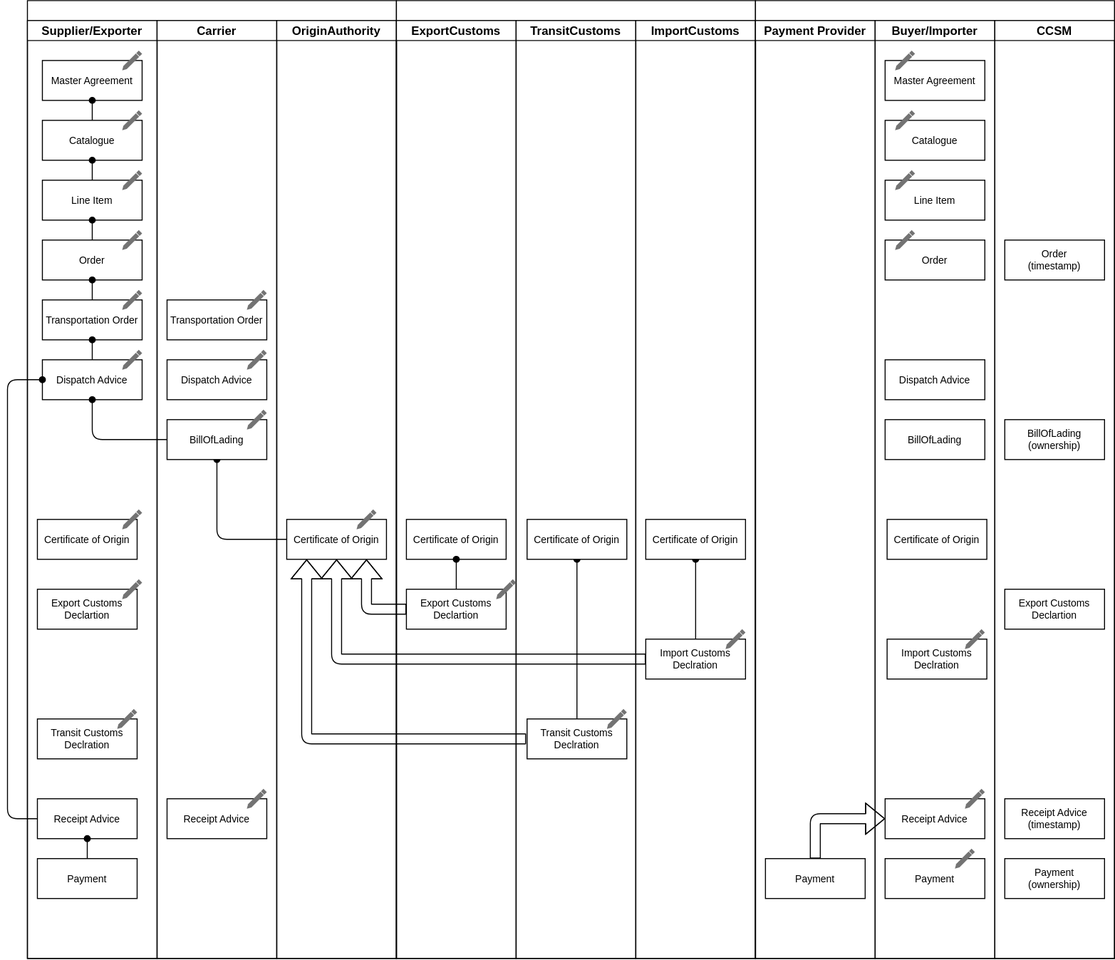
The draw.io diagram sequence.drawio.svg in mehranshakeri/BLIP1-diagrams, before a commit. Source tidied: cells renumbered, new cells last; positions are measured from the earlier drawing's top-left corner, leaving out a move shared by most shapes.
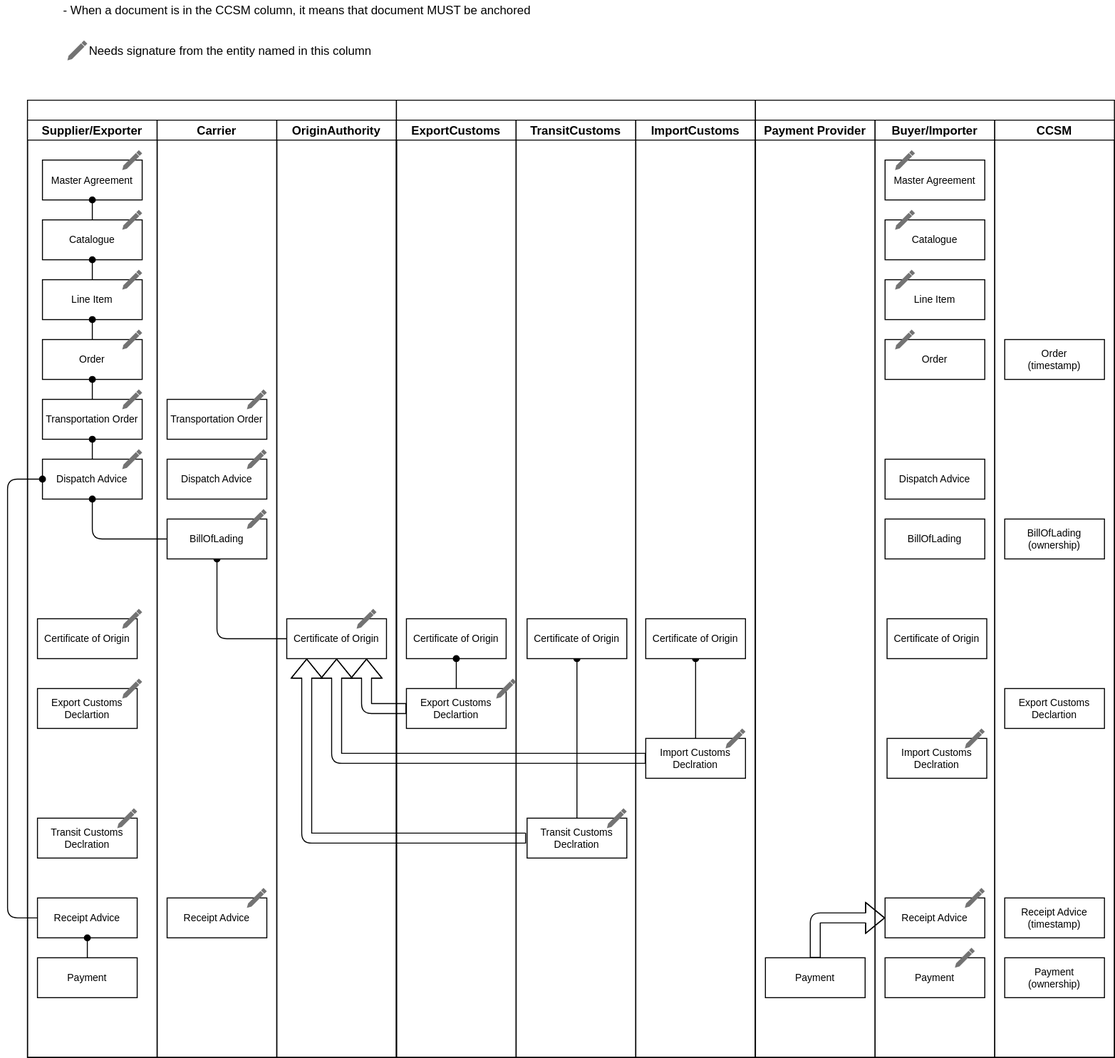
Above is the later version.

Diff of the diagram source:
```diff
@@ -306,5 +306,11 @@
     <mxCell id="91" style="dashed=0;verticalLabelPosition=bottom;verticalAlign=top;align=center;shape=mxgraph.gmdl.edit;strokeColor=none;fillColor=#737373;shadow=0;fontSize=10;" parent="1" vertex="1">
       <mxGeometry x="490" y="580" width="20" height="20" as="geometry" />
     </mxCell>
+    <mxCell id="92" value="Needs signature from the entity named in this column" style="dashed=0;verticalLabelPosition=middle;verticalAlign=middle;align=left;shape=mxgraph.gmdl.edit;strokeColor=none;fillColor=#737373;shadow=0;fontSize=12;horizontal=1;labelPosition=right;" parent="1" vertex="1">
+      <mxGeometry x="60" y="-60" width="20" height="20" as="geometry" />
+    </mxCell>
+    <mxCell id="93" value="- When a document is in the CCSM column, it means that document MUST be anchored" style="text;html=1;align=center;verticalAlign=middle;strokeColor=none;fillColor=none;fontSize=12;" parent="1" vertex="1">
+      <mxGeometry x="50" y="-100" width="480" height="20" as="geometry" />
+    </mxCell>
   </root>
 </mxGraphModel>
```
